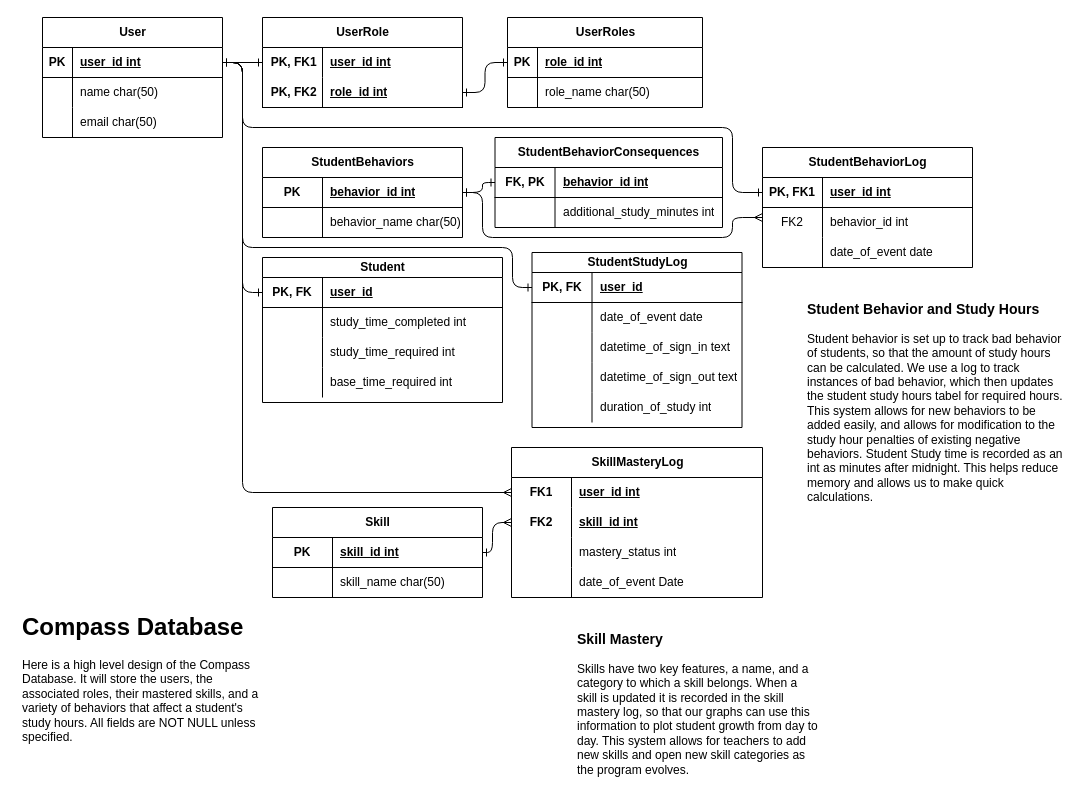
tone-man/CompassApp keeps this draw.io diagram as docs/src/DatabaseSchema.drawio. Above is the earlier version. Source tidied: cells renumbered, new cells numbered last; positions are measured from the earlier drawing's top-left corner, leaving out a move shared by most shapes. Both pictures are drawn from the tidied source at 100%, with x=0, y=0 at pixel (17, 17).
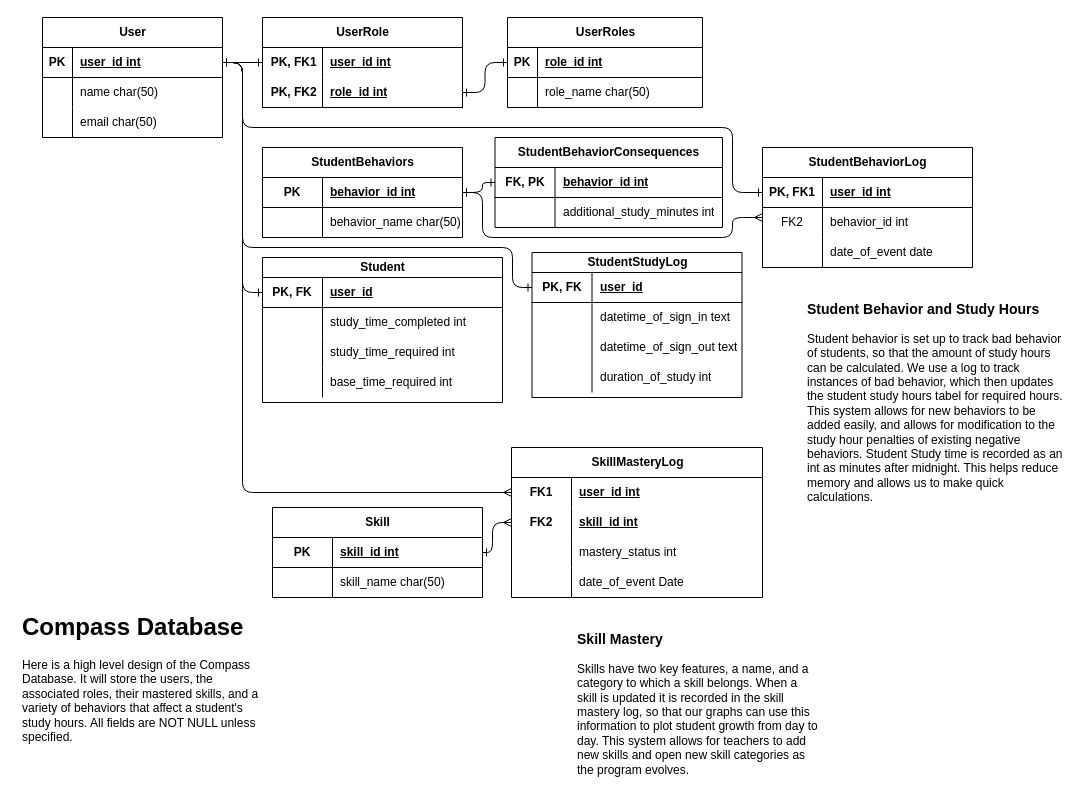
Above is the later version.

Change to the diagram source:
```diff
@@
     <mxCell id="28" value="StudentStudyLog" style="shape=table;startSize=20;childLayout=tableLayout;rowLines=0;fontStyle=1;align=center;html=1;" parent="1" vertex="1">
-      <mxGeometry x="514.5" y="235" width="210" height="175" as="geometry" />
+      <mxGeometry x="514.5" y="235" width="210" height="145" as="geometry" />
     </mxCell>
@@
-    <mxCell id="32" style="shape=tableRow;horizontal=0;startSize=0;swimlaneHead=0;swimlaneBody=0;fillColor=none;top=0;left=0;right=0;bottom=0;" parent="28" vertex="1">
-      <mxGeometry y="50" width="210" height="30" as="geometry" />
-    </mxCell>
-    <mxCell id="33" style="shape=partialRectangle;fillColor=none;top=0;left=0;bottom=0;right=0;overflow=hidden;whiteSpace=wrap;html=1;" parent="32" vertex="1">
-      <mxGeometry width="60" height="30" as="geometry" />
-    </mxCell>
-    <mxCell id="34" value="date_of_event date" style="shape=partialRectangle;fillColor=none;top=0;left=0;bottom=0;right=0;align=left;spacingLeft=6;overflow=hidden;whiteSpace=wrap;html=1;" parent="32" vertex="1">
-      <mxGeometry x="60" width="150" height="30" as="geometry" />
-    </mxCell>
     <mxCell id="35" style="shape=tableRow;horizontal=0;startSize=0;swimlaneHead=0;swimlaneBody=0;fillColor=none;top=0;left=0;right=0;bottom=0;" parent="28" vertex="1">
-      <mxGeometry y="80" width="210" height="30" as="geometry" />
+      <mxGeometry y="50" width="210" height="30" as="geometry" />
     </mxCell>
@@
     <mxCell id="38" style="shape=tableRow;horizontal=0;startSize=0;swimlaneHead=0;swimlaneBody=0;fillColor=none;top=0;left=0;right=0;bottom=0;" parent="28" vertex="1">
-      <mxGeometry y="110" width="210" height="30" as="geometry" />
+      <mxGeometry y="80" width="210" height="30" as="geometry" />
     </mxCell>
@@
     <mxCell id="41" style="shape=tableRow;horizontal=0;startSize=0;swimlaneHead=0;swimlaneBody=0;fillColor=none;top=0;left=0;right=0;bottom=0;" parent="28" vertex="1">
-      <mxGeometry y="140" width="210" height="30" as="geometry" />
+      <mxGeometry y="110" width="210" height="30" as="geometry" />
     </mxCell>
```
